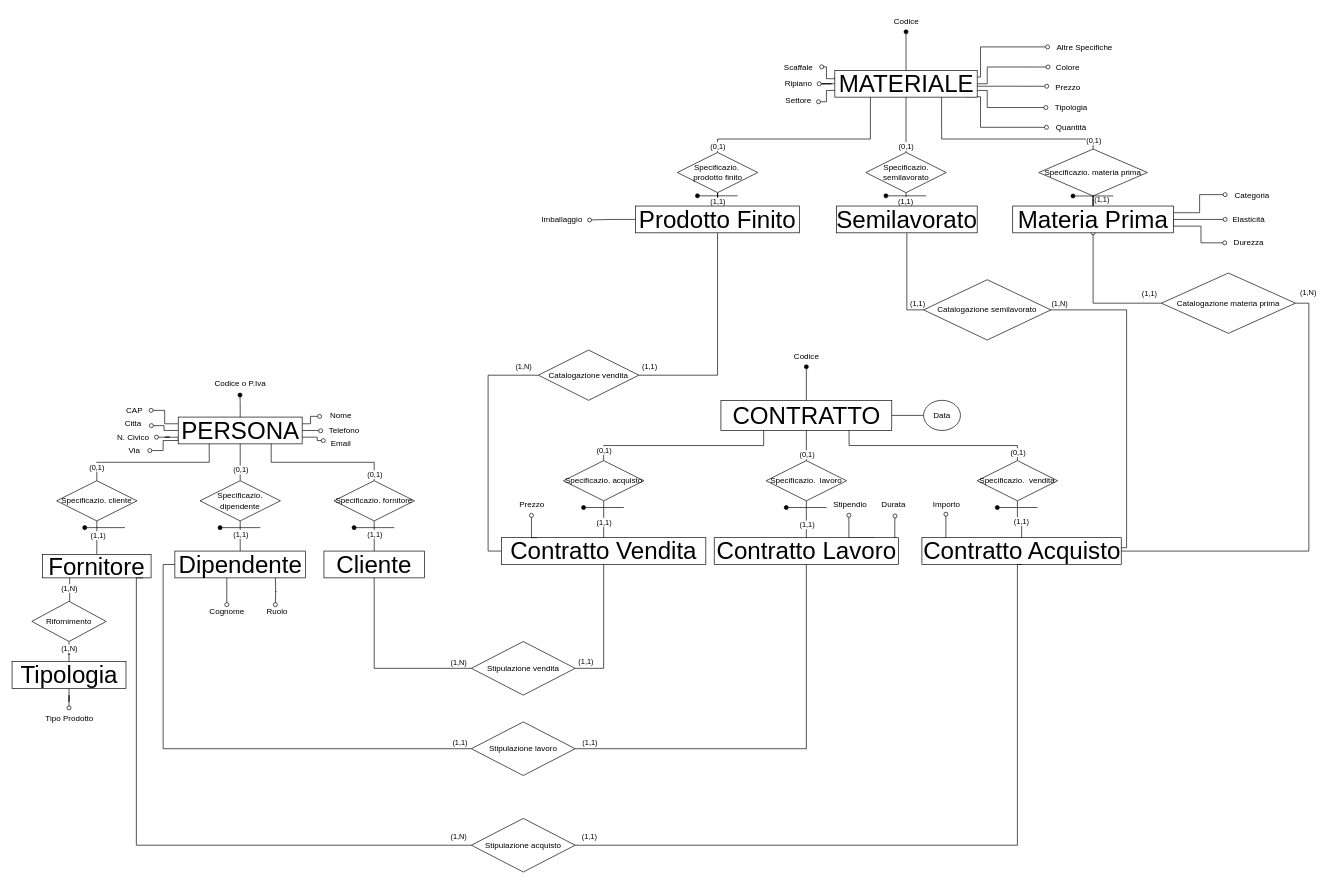
This is 3)Progettazione logica/MODELLO ER COMPLETO.drawio from mikecostanzi/ProgettoBasiDati, a draw.io file, before an edit. Source tidied: cells renumbered, new cells numbered last; positions are measured from the earlier drawing's top-left corner, leaving out a move shared by most shapes. Both pictures are drawn from the tidied source at 67%, with x=0, y=0 at pixel (11, 11).
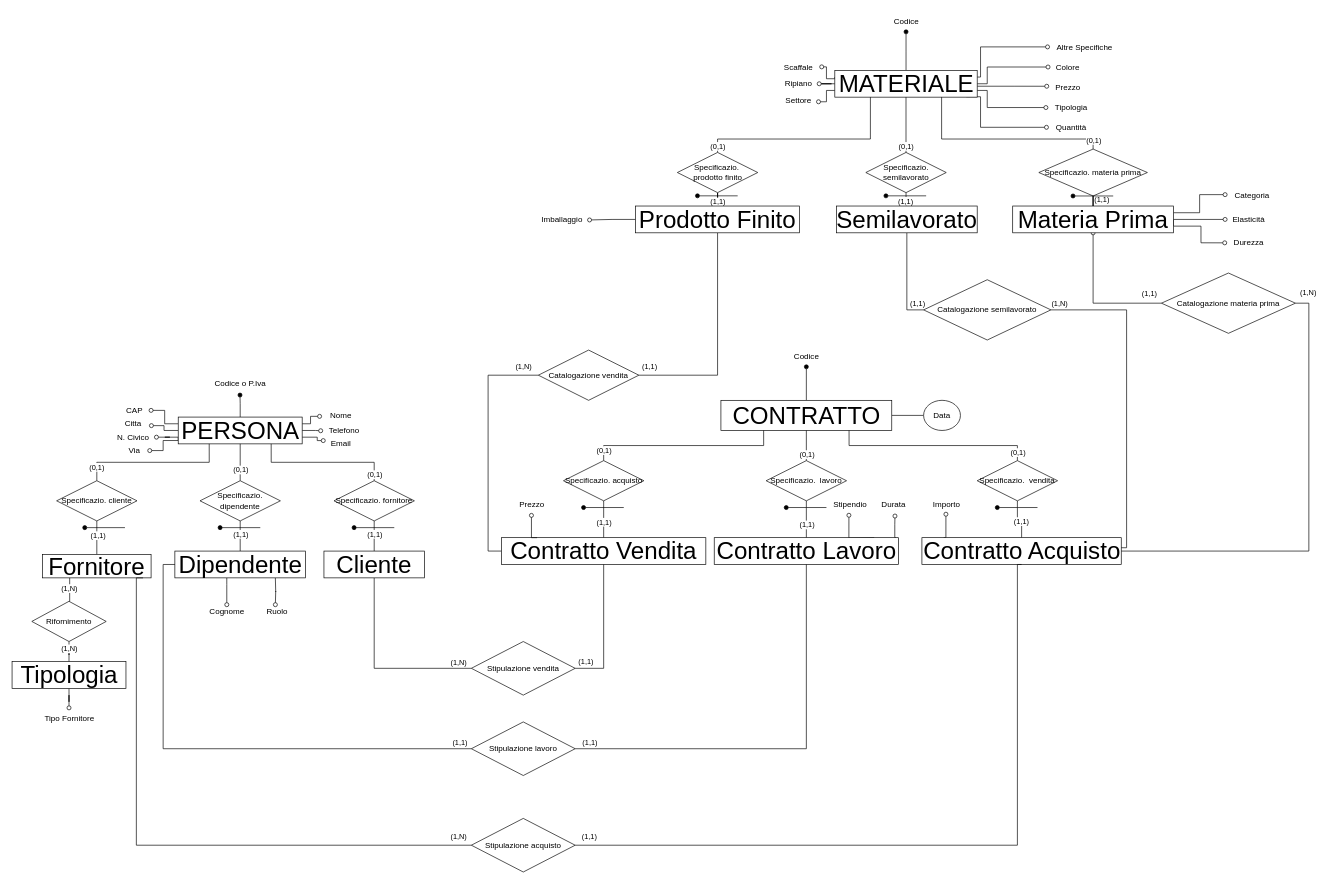
The same page after the edit.

Commit message (it also covers changes not shown here):
Modificato il tipo prodotto in tipo fornitore

The edit, as a diff of the source:
```diff
@@
-    <mxCell id="163" value="Tipo Prodotto" style="text;html=1;align=center;verticalAlign=middle;points=[];strokeColor=none;fillColor=none;" parent="1" vertex="1">
+    <mxCell id="163" value="Tipo Fornitore" style="text;html=1;align=center;verticalAlign=middle;points=[];strokeColor=none;fillColor=none;" parent="1" vertex="1">
       <mxGeometry x="35.5" y="1040" width="100" height="30" as="geometry" />
     </mxCell>
```
